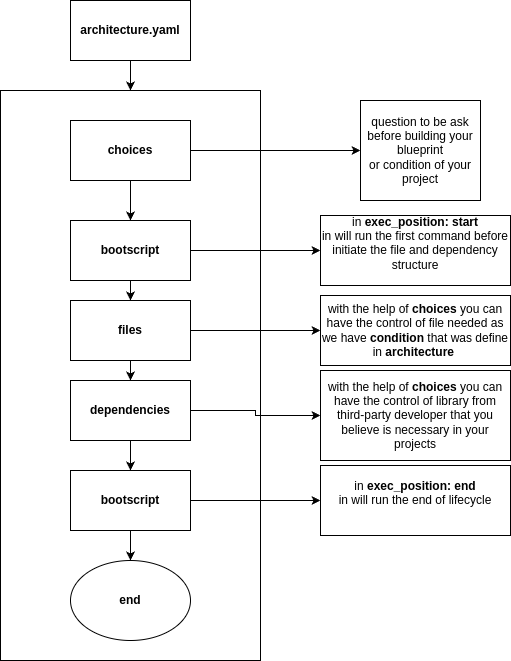
Before: resources/diagram_architecture_lifecycle.png, a diagram exported from draw.io (fonipts/pluton-kit). Source tidied: cells renumbered, new cells last; positions are measured from the earlier drawing's top-left corner, leaving out a move shared by most shapes.
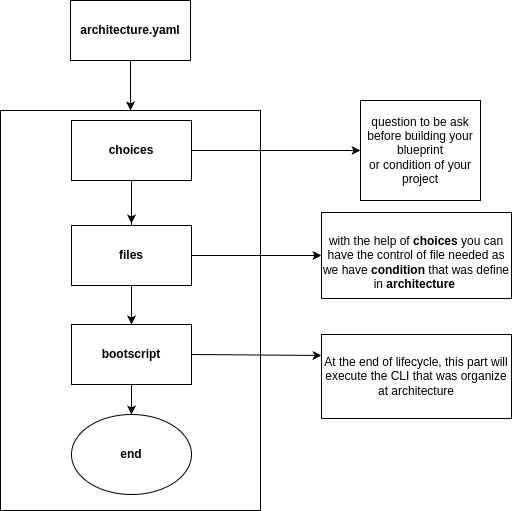
The same diagram one commit later.

What changed in the source:
```diff
@@ -2,77 +2,57 @@
   <root>
     <mxCell id="0" />
     <mxCell id="1" parent="0" />
-    <mxCell id="2" style="edgeStyle=orthogonalEdgeStyle;rounded=0;jettySize=auto;html=1;entryX=0.5;entryY=0;entryDx=0;entryDy=0;" parent="1" edge="1" source="3" target="4">
-      <mxGeometry relative="1" as="geometry" />
-    </mxCell>
+    <mxCell id="26" style="edgeStyle=orthogonalEdgeStyle;rounded=0;jettySize=auto;html=1;entryX=0.5;entryY=0;entryDx=0;entryDy=0;" parent="1" edge="1" source="3" target="27">
+      <mxGeometry relative="1" as="geometry" />
+    </mxCell>
     <mxCell id="3" value="&lt;b&gt;architecture.yaml&lt;/b&gt;" style="rounded=0;whiteSpace=wrap;html=1;" parent="1" vertex="1">
       <mxGeometry x="70" width="120" height="60" as="geometry" />
     </mxCell>
-    <mxCell id="4" style="rounded=0;whiteSpace=wrap;html=1;" parent="1" vertex="1">
-      <mxGeometry y="90" width="260" height="570" as="geometry" />
-    </mxCell>
+    <mxCell id="27" style="rounded=0;whiteSpace=wrap;html=1;" parent="1" vertex="1">
+      <mxGeometry y="110" width="260" height="400" as="geometry" />
+    </mxCell>
     <mxCell id="5" style="edgeStyle=orthogonalEdgeStyle;rounded=0;jettySize=auto;html=1;exitX=1;exitY=0.5;exitDx=0;exitDy=0;entryX=0;entryY=0.5;entryDx=0;entryDy=0;" parent="1" edge="1" source="7" target="8">
       <mxGeometry relative="1" as="geometry" />
     </mxCell>
-    <mxCell id="6" style="edgeStyle=orthogonalEdgeStyle;rounded=0;jettySize=auto;html=1;" parent="1" edge="1" source="7" target="11">
-      <mxGeometry relative="1" as="geometry" />
-    </mxCell>
+    <mxCell id="28" style="edgeStyle=orthogonalEdgeStyle;rounded=0;jettySize=auto;html=1;" parent="1" edge="1" source="7">
+      <mxGeometry relative="1" as="geometry">
+        <mxPoint x="131" y="223" as="targetPoint" />
+      </mxGeometry>
+    </mxCell>
+    <mxCell id="29" style="edgeStyle=orthogonalEdgeStyle;rounded=0;jettySize=auto;html=1;entryX=0.5;entryY=0;entryDx=0;entryDy=0;" parent="1" edge="1" source="7" target="32">
+      <mxGeometry relative="1" as="geometry" />
+    </mxCell>
     <mxCell id="7" value="&lt;b&gt;choices&lt;/b&gt;" style="rounded=0;whiteSpace=wrap;html=1;" parent="1" vertex="1">
-      <mxGeometry x="70" y="120" width="120" height="60" as="geometry" />
+      <mxGeometry x="71" y="120" width="120" height="60" as="geometry" />
     </mxCell>
     <mxCell id="8" value="question to be ask before building your blueprint&lt;div&gt;or condition of your project&lt;/div&gt;" style="rounded=0;whiteSpace=wrap;html=1;" parent="1" vertex="1">
       <mxGeometry x="360" y="100" width="120" height="100" as="geometry" />
     </mxCell>
-    <mxCell id="9" style="edgeStyle=orthogonalEdgeStyle;rounded=0;jettySize=auto;html=1;entryX=0;entryY=0.5;entryDx=0;entryDy=0;" parent="1" edge="1" source="11" target="12">
-      <mxGeometry relative="1" as="geometry" />
-    </mxCell>
-    <mxCell id="10" style="edgeStyle=orthogonalEdgeStyle;rounded=0;jettySize=auto;html=1;" parent="1" edge="1" source="11" target="15">
-      <mxGeometry relative="1" as="geometry" />
-    </mxCell>
-    <mxCell id="11" value="&lt;b&gt;bootscript&lt;/b&gt;" style="rounded=0;whiteSpace=wrap;html=1;" parent="1" vertex="1">
-      <mxGeometry x="70" y="220" width="120" height="60" as="geometry" />
-    </mxCell>
-    <mxCell id="12" value="in &lt;b&gt;exec_position: start&lt;/b&gt;&lt;br&gt;in will run the first command before initiate the file and dependency structure&lt;div&gt;&lt;br&gt;&lt;/div&gt;" style="rounded=0;whiteSpace=wrap;html=1;" parent="1" vertex="1">
-      <mxGeometry x="320" y="215" width="190" height="70" as="geometry" />
-    </mxCell>
     <mxCell id="13" style="edgeStyle=orthogonalEdgeStyle;rounded=0;jettySize=auto;html=1;entryX=0;entryY=0.5;entryDx=0;entryDy=0;" parent="1" edge="1" source="15" target="16">
       <mxGeometry relative="1" as="geometry" />
     </mxCell>
-    <mxCell id="14" style="edgeStyle=orthogonalEdgeStyle;rounded=0;jettySize=auto;html=1;" parent="1" edge="1" source="15" target="19">
-      <mxGeometry relative="1" as="geometry" />
-    </mxCell>
     <mxCell id="15" value="&lt;b&gt;files&lt;/b&gt;" style="rounded=0;whiteSpace=wrap;html=1;" parent="1" vertex="1">
-      <mxGeometry x="70" y="300" width="120" height="60" as="geometry" />
+      <mxGeometry x="71" y="225" width="120" height="60" as="geometry" />
     </mxCell>
-    <mxCell id="16" value="with the help of &lt;b&gt;choices &lt;/b&gt;you can have the control of file needed as we have &lt;b&gt;condition &lt;/b&gt;that was define in &lt;b&gt;architecture&lt;/b&gt;&amp;nbsp;" style="rounded=0;whiteSpace=wrap;html=1;" parent="1" vertex="1">
-      <mxGeometry x="320" y="295" width="190" height="70" as="geometry" />
+    <mxCell id="16" value="&lt;div&gt;&lt;br&gt;&lt;/div&gt;with the help of &lt;b&gt;choices &lt;/b&gt;you can have the control of file needed as we have &lt;b&gt;condition &lt;/b&gt;that was define in &lt;b&gt;architecture&lt;/b&gt;&amp;nbsp;" style="rounded=0;whiteSpace=wrap;html=1;" parent="1" vertex="1">
+      <mxGeometry x="321" y="212" width="190" height="86" as="geometry" />
     </mxCell>
-    <mxCell id="17" style="edgeStyle=orthogonalEdgeStyle;rounded=0;jettySize=auto;html=1;entryX=0.5;entryY=0;entryDx=0;entryDy=0;" parent="1" edge="1" source="19" target="23">
-      <mxGeometry relative="1" as="geometry" />
-    </mxCell>
-    <mxCell id="18" style="edgeStyle=orthogonalEdgeStyle;rounded=0;jettySize=auto;html=1;entryX=0;entryY=0.5;entryDx=0;entryDy=0;" parent="1" edge="1" source="19" target="20">
-      <mxGeometry relative="1" as="geometry" />
-    </mxCell>
-    <mxCell id="19" value="&lt;b&gt;dependencies&lt;/b&gt;" style="rounded=0;whiteSpace=wrap;html=1;" parent="1" vertex="1">
-      <mxGeometry x="70" y="380" width="120" height="60" as="geometry" />
-    </mxCell>
-    <mxCell id="20" value="with the help of&amp;nbsp;&lt;b&gt;choices&amp;nbsp;&lt;/b&gt;you can have the control of library from third-party developer that you believe is necessary in your projects" style="rounded=0;whiteSpace=wrap;html=1;" parent="1" vertex="1">
-      <mxGeometry x="320" y="370" width="190" height="90" as="geometry" />
-    </mxCell>
-    <mxCell id="21" style="edgeStyle=orthogonalEdgeStyle;rounded=0;jettySize=auto;html=1;entryX=0.5;entryY=0;entryDx=0;entryDy=0;" parent="1" edge="1" source="23" target="25">
-      <mxGeometry relative="1" as="geometry" />
-    </mxCell>
-    <mxCell id="22" style="edgeStyle=orthogonalEdgeStyle;rounded=0;jettySize=auto;html=1;entryX=0;entryY=0.5;entryDx=0;entryDy=0;" parent="1" edge="1" source="23" target="24">
-      <mxGeometry relative="1" as="geometry" />
-    </mxCell>
-    <mxCell id="23" value="&lt;b&gt;bootscript&lt;/b&gt;" style="rounded=0;whiteSpace=wrap;html=1;" parent="1" vertex="1">
-      <mxGeometry x="70" y="470" width="120" height="60" as="geometry" />
-    </mxCell>
-    <mxCell id="24" value="in &lt;b&gt;exec_position: end&lt;/b&gt;&lt;br&gt;in will run the end of lifecycle&lt;div&gt;&lt;br&gt;&lt;/div&gt;" style="rounded=0;whiteSpace=wrap;html=1;" parent="1" vertex="1">
-      <mxGeometry x="320" y="465" width="190" height="70" as="geometry" />
-    </mxCell>
+    <mxCell id="30" style="edgeStyle=orthogonalEdgeStyle;rounded=0;jettySize=auto;html=1;entryX=0.5;entryY=0;entryDx=0;entryDy=0;" parent="1" edge="1" source="32" target="25">
+      <mxGeometry relative="1" as="geometry" />
+    </mxCell>
+    <mxCell id="31" style="edgeStyle=orthogonalEdgeStyle;rounded=0;jettySize=auto;html=1;entryX=0;entryY=0.25;entryDx=0;entryDy=0;" parent="1" edge="1" target="33">
+      <mxGeometry relative="1" as="geometry">
+        <mxPoint x="191" y="354" as="sourcePoint" />
+      </mxGeometry>
+    </mxCell>
+    <mxCell id="32" value="&lt;b&gt;bootscript&lt;/b&gt;" style="rounded=0;whiteSpace=wrap;html=1;" parent="1" vertex="1">
+      <mxGeometry x="71" y="324" width="120" height="60" as="geometry" />
+    </mxCell>
+    <mxCell id="33" value="&lt;div&gt;At the end of lifecycle, this part will execute the CLI that was organize at architecture&lt;/div&gt;" style="rounded=0;whiteSpace=wrap;html=1;" parent="1" vertex="1">
+      <mxGeometry x="321" y="334" width="190" height="84" as="geometry" />
+    </mxCell>
     <mxCell id="25" value="&lt;b&gt;end&lt;/b&gt;" style="ellipse;whiteSpace=wrap;html=1;" parent="1" vertex="1">
-      <mxGeometry x="70" y="560" width="120" height="80" as="geometry" />
+      <mxGeometry x="71" y="414" width="120" height="80" as="geometry" />
     </mxCell>
   </root>
 </mxGraphModel>
```
